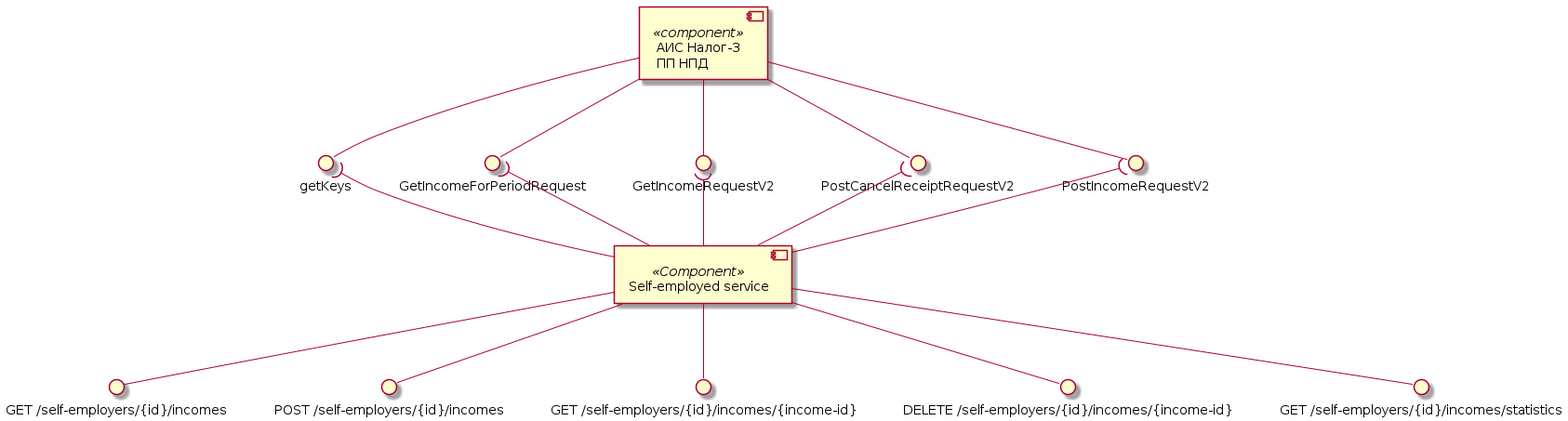
Before: assets/images/diagrams/self-employed-service/components/incomes-components.png, a diagram exported from PlantUML (RaikBitters/ibank-internal-services).
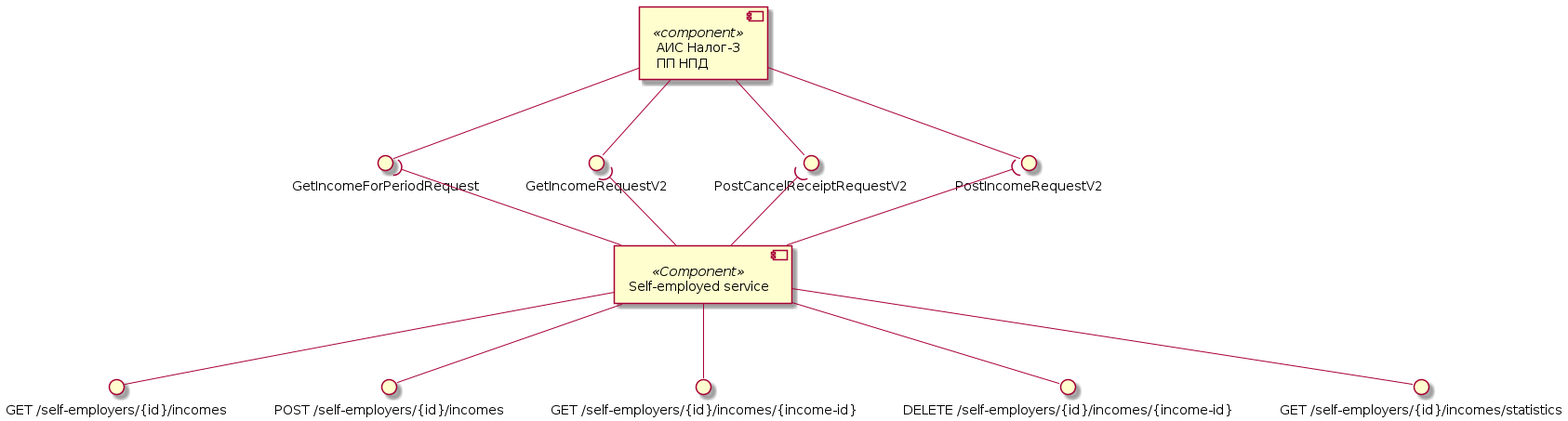
The same diagram one commit later.

Commit message:
Patched incomes diagrams.

The edit, as a diff of the source:
```diff
@@ -10,7 +10,6 @@
 Tax3 --() postCancelReceipt
 Tax3 --() getIncomeRequestV2
 Tax3 --() getIncomeForPeriod
-Tax3 --() getKeys
 
 component "Self-employed service" as SelfEmplService <<Component>>
 interface "GET /self-employers/{id}/incomes" as getIncomes
@@ -29,6 +28,5 @@
 SelfEmplService -up-( postCancelReceipt
 SelfEmplService -up-( getIncomeRequestV2
 SelfEmplService -up-( getIncomeForPeriod
-SelfEmplService -up-( getKeys
 
 @enduml
```
